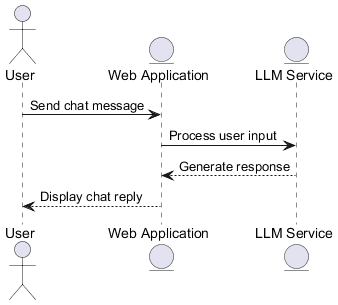
Earlier version of the PlantUML export images/LLM Chat Interaction.png (Arquisoft/wichat_en1b).
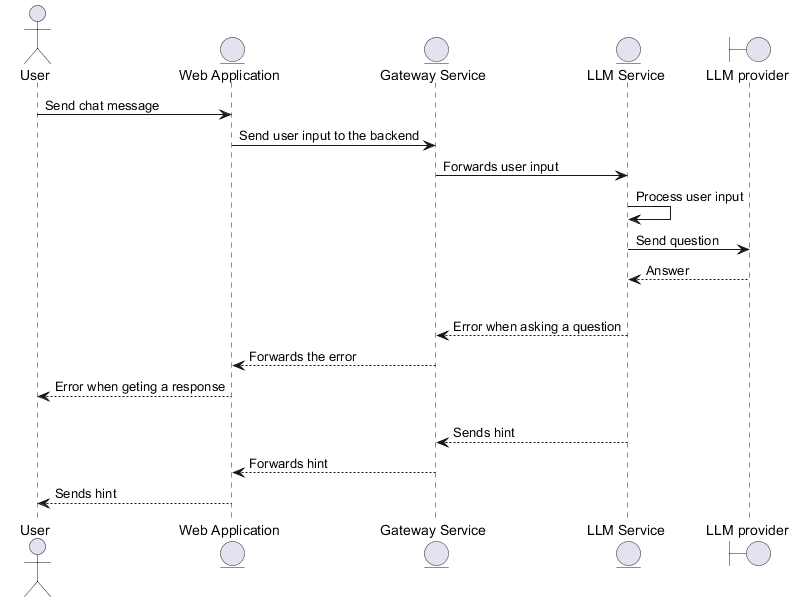
After the change.

Diff of the diagram source:
```diff
@@ -1,10 +1,22 @@
 @startuml
 actor User
 entity "Web Application" as App
+entity "Gateway Service" as Gat
 entity "LLM Service" as LLM
+boundary "LLM provider" as LLMP
 
 User -> App: Send chat message
-App -> LLM: Process user input
-LLM --> App: Generate response
-App --> User: Display chat reply
+App -> Gat: Send user input to the backend
+Gat -> LLM: Forwards user input
+LLM -> LLM: Process user input
+LLM -> LLMP: Send question
+LLMP --> LLM: Answer
+alt Connection failure
+    LLM --> Gat: Error when asking a question
+    Gat --> App: Forwards the error
+    App --> User: Error when geting a response
+else Connection successful
+    LLM --> Gat: Sends hint
+    Gat --> App: Forwards hint
+    App --> User: Sends hint
 @enduml
```
